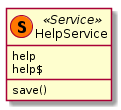
Earlier version of the PlantUML export out/doc/classes/HelpService.png (clm2609/VirtualDJ). Its diagram source:
```plantuml
@startuml HelpService
class "HelpService" as helpServ <<(S,#FF7700) Service>>{
    help
    help$
    save()
}
@enduml
```
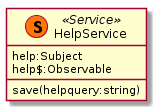
The same diagram one commit later.

The edit, as a diff of the source:
```diff
@@ -1,7 +1,7 @@
 @startuml HelpService
 class "HelpService" as helpServ <<(S,#FF7700) Service>>{
-    help
-    help$
-    save()
+    help:Subject
+    help$:Observable
+    save(helpquery:string)
 }
 @enduml
```
